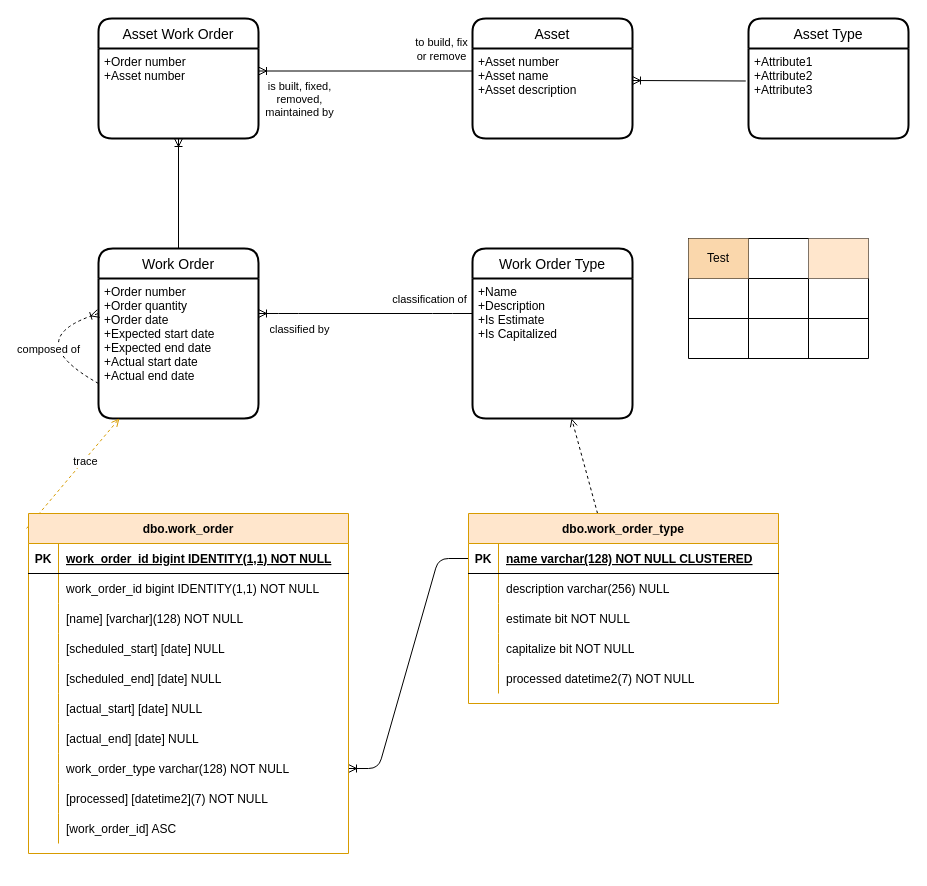
markash/management keeps this draw.io diagram as management.design/DataModel.drawio. Above is the earlier version. Source tidied: cells renumbered, new cells numbered last; positions are measured from the earlier drawing's top-left corner, leaving out a move shared by most shapes. Both pictures are drawn from the tidied source at 100%, with x=0, y=0 at pixel (18, 18).
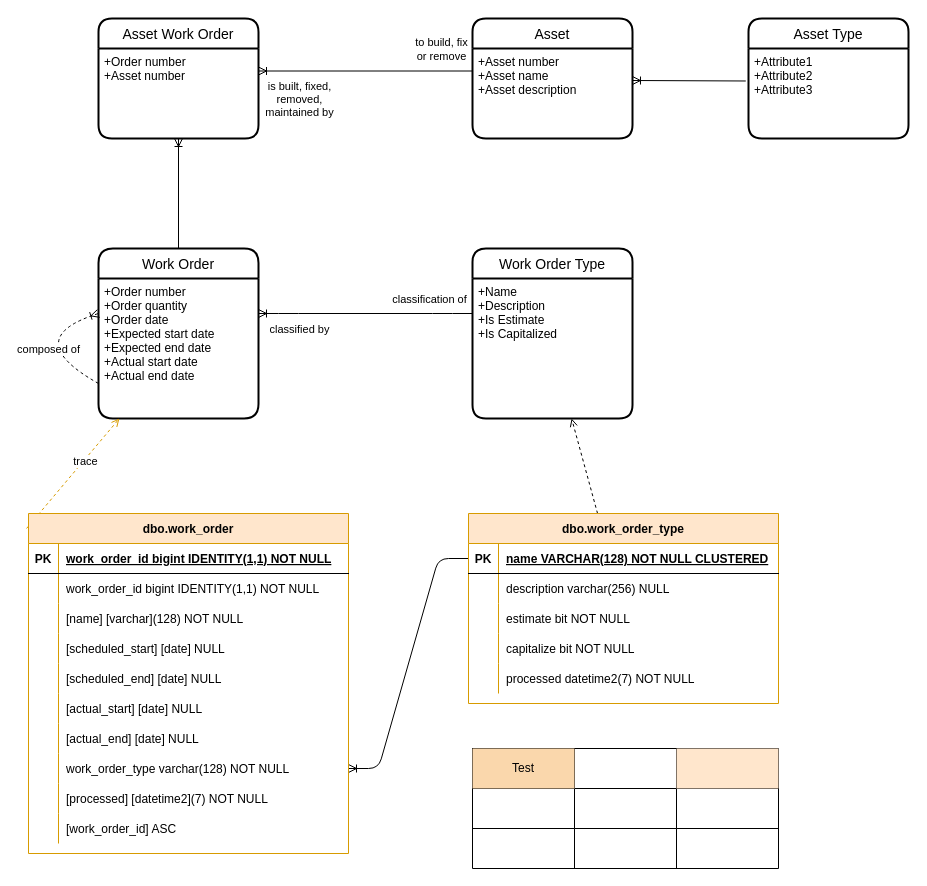
The same page after the edit.

The change refers to these unchanged cells:
```xml
<mxCell id="35" style="shape=partialRectangle;fillColor=none;points=[[0,0.5],[1,0.5]];portConstraint=eastwest;top=0;left=0;right=0;bottom=1;" parent="34" vertex="1">
  <mxGeometry y="30" width="310" height="30" as="geometry" />
</mxCell>
```

The edit, as a diff of the source:
```diff
@@
     <mxCell id="8" style="shape=table;html=1;whiteSpace=wrap;startSize=0;childLayout=tableLayout;" parent="1" vertex="1">
-      <mxGeometry x="670" y="220" width="180" height="120" as="geometry" />
+      <mxGeometry x="454" y="730" width="306" height="120" as="geometry" />
     </mxCell>
     <mxCell id="9" style="shape=partialRectangle;html=1;whiteSpace=wrap;fillColor=none;top=0;left=0;bottom=0;right=0;" parent="8" vertex="1">
-      <mxGeometry width="180" height="40" as="geometry" />
+      <mxGeometry width="306" height="40" as="geometry" />
     </mxCell>
     <mxCell id="10" value="Test" style="shape=partialRectangle;html=1;whiteSpace=wrap;fillColor=#fad7ac;top=0;left=0;bottom=0;right=0;overflow=hidden;strokeColor=#b46504;" parent="9" vertex="1">
-      <mxGeometry width="60" height="40" as="geometry" />
+      <mxGeometry width="102" height="40" as="geometry" />
     </mxCell>
     <mxCell id="11" style="shape=partialRectangle;html=1;whiteSpace=wrap;fillColor=none;top=0;left=0;bottom=0;right=0;overflow=hidden;" parent="9" vertex="1">
-      <mxGeometry x="60" width="60" height="40" as="geometry" />
+      <mxGeometry x="102" width="102" height="40" as="geometry" />
     </mxCell>
     <mxCell id="12" style="shape=partialRectangle;html=1;whiteSpace=wrap;fillColor=#ffe6cc;top=0;left=0;bottom=0;right=0;overflow=hidden;strokeColor=#d79b00;" parent="9" vertex="1">
-      <mxGeometry x="120" width="60" height="40" as="geometry" />
+      <mxGeometry x="204" width="102" height="40" as="geometry" />
     </mxCell>
     <mxCell id="13" style="shape=partialRectangle;html=1;whiteSpace=wrap;fillColor=none;top=0;left=0;bottom=0;right=0;" parent="8" vertex="1">
-      <mxGeometry y="40" width="180" height="40" as="geometry" />
+      <mxGeometry y="40" width="306" height="40" as="geometry" />
     </mxCell>
     <mxCell id="14" style="shape=partialRectangle;html=1;whiteSpace=wrap;fillColor=none;top=0;left=0;bottom=0;right=0;overflow=hidden;" parent="13" vertex="1">
-      <mxGeometry width="60" height="40" as="geometry" />
+      <mxGeometry width="102" height="40" as="geometry" />
     </mxCell>
     <mxCell id="15" style="shape=partialRectangle;html=1;whiteSpace=wrap;fillColor=none;top=0;left=0;bottom=0;right=0;overflow=hidden;" parent="13" vertex="1">
-      <mxGeometry x="60" width="60" height="40" as="geometry" />
+      <mxGeometry x="102" width="102" height="40" as="geometry" />
     </mxCell>
     <mxCell id="16" style="shape=partialRectangle;html=1;whiteSpace=wrap;fillColor=none;top=0;left=0;bottom=0;right=0;overflow=hidden;" parent="13" vertex="1">
-      <mxGeometry x="120" width="60" height="40" as="geometry" />
+      <mxGeometry x="204" width="102" height="40" as="geometry" />
     </mxCell>
     <mxCell id="17" style="shape=partialRectangle;html=1;whiteSpace=wrap;fillColor=none;top=0;left=0;bottom=0;right=0;" parent="8" vertex="1">
-      <mxGeometry y="80" width="180" height="40" as="geometry" />
+      <mxGeometry y="80" width="306" height="40" as="geometry" />
     </mxCell>
     <mxCell id="18" style="shape=partialRectangle;html=1;whiteSpace=wrap;fillColor=none;top=0;left=0;bottom=0;right=0;overflow=hidden;" parent="17" vertex="1">
-      <mxGeometry width="60" height="40" as="geometry" />
+      <mxGeometry width="102" height="40" as="geometry" />
     </mxCell>
     <mxCell id="19" style="shape=partialRectangle;html=1;whiteSpace=wrap;fillColor=none;top=0;left=0;bottom=0;right=0;overflow=hidden;" parent="17" vertex="1">
-      <mxGeometry x="60" width="60" height="40" as="geometry" />
+      <mxGeometry x="102" width="102" height="40" as="geometry" />
     </mxCell>
     <mxCell id="20" style="shape=partialRectangle;html=1;whiteSpace=wrap;fillColor=none;top=0;left=0;bottom=0;right=0;overflow=hidden;" parent="17" vertex="1">
-      <mxGeometry x="120" width="60" height="40" as="geometry" />
+      <mxGeometry x="204" width="102" height="40" as="geometry" />
     </mxCell>
@@
-    <mxCell id="37" value="name varchar(128) NOT NULL CLUSTERED" style="shape=partialRectangle;overflow=hidden;fillColor=none;top=0;left=0;bottom=0;right=0;align=left;spacingLeft=6;fontStyle=5;" parent="35" vertex="1">
+    <mxCell id="37" value="name VARCHAR(128) NOT NULL CLUSTERED" style="shape=partialRectangle;overflow=hidden;fillColor=none;top=0;left=0;bottom=0;right=0;align=left;spacingLeft=6;fontStyle=5;" parent="35" vertex="1">
       <mxGeometry x="30" width="280" height="30" as="geometry" />
     </mxCell>
```
